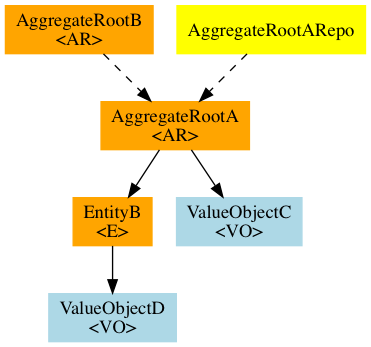
Earlier version of the Graphviz export examples/step2-problem.png (newlee/tequila). Its source is kept beside it as examples/step2-problem.dot.
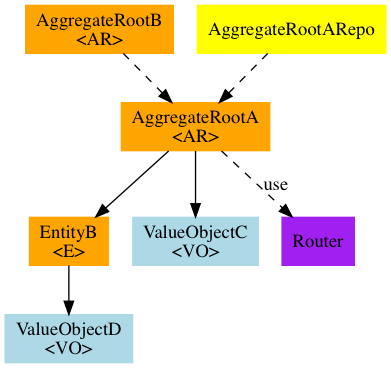
Later version of the same file.

Commit message:
support provider

What changed in the source:
```diff
@@ -7,6 +7,7 @@
 	ValueObjectC[label="ValueObjectC\l<VO>", comment=VO, shape=box, color=lightblue]
 	ValueObjectD[label="ValueObjectD\l<VO>", comment=VO, shape=box, color=lightblue]
 	AggregateRootARepo[label="AggregateRootARepo", comment=Repo, shape=box, color=yellow]
+	Router[label="Router", comment=Provider, shape=box, color=purple]
 	AggregateRootA -> EntityB
 	AggregateRootA -> ValueObjectC
 	EntityB -> ValueObjectD
```
